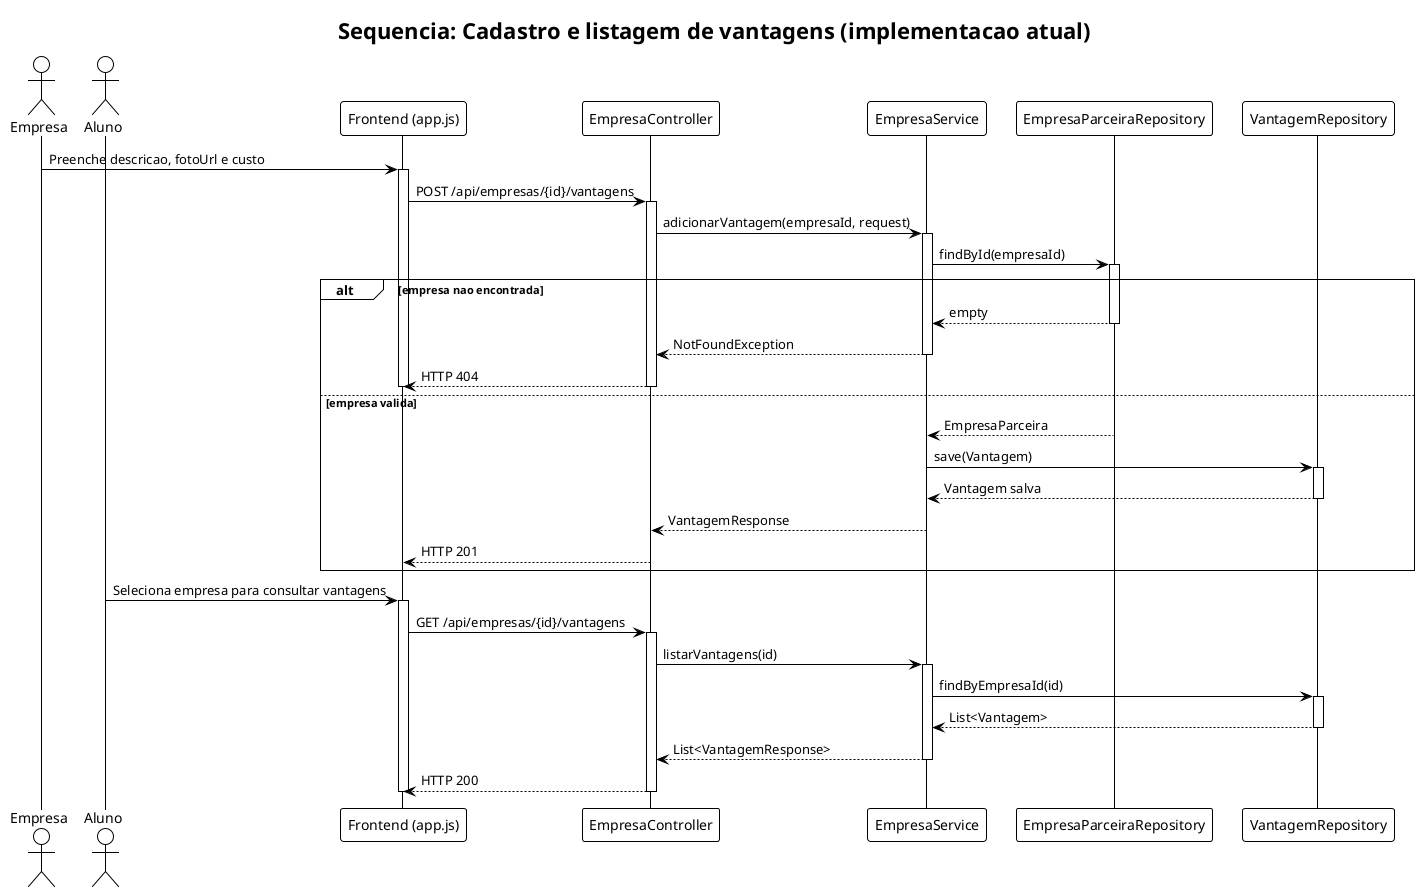
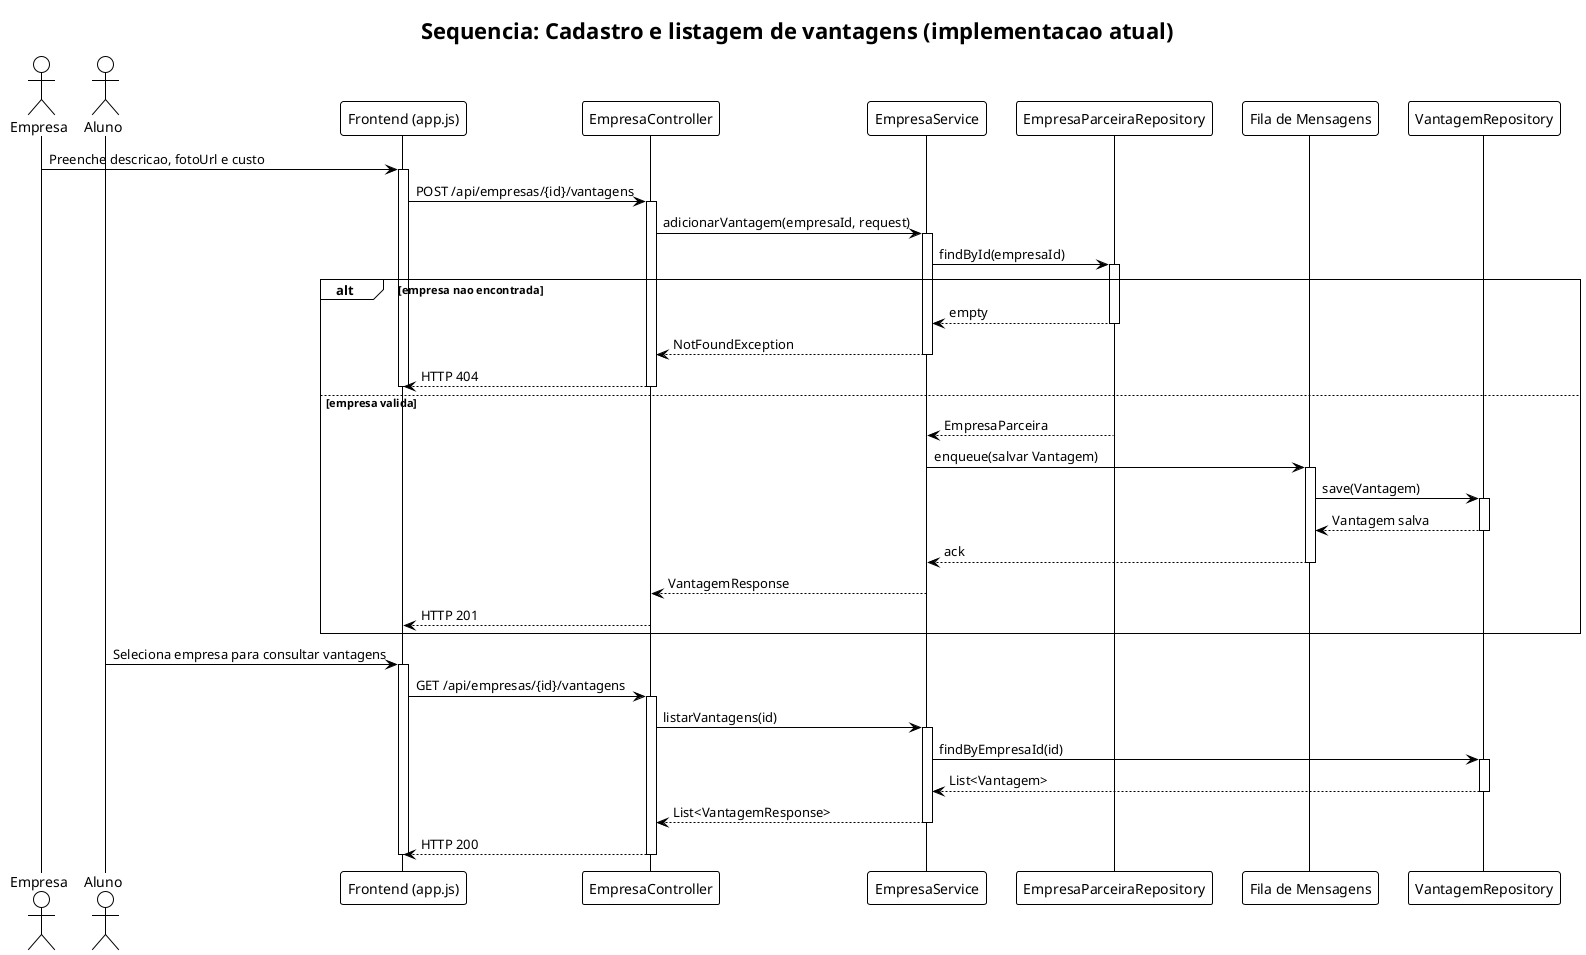
@startuml sequencia-cadastro-vantagens
!theme plain
title Sequencia: Cadastro e listagem de vantagens (implementacao atual)

actor Empresa
actor Aluno
participant "Frontend (app.js)" as UI
participant "EmpresaController" as EC
participant "EmpresaService" as ES
participant "EmpresaParceiraRepository" as ER
+ participant "Fila de Mensagens" as MQ
participant "VantagemRepository" as VR

Empresa -> UI: Preenche descricao, fotoUrl e custo
activate UI

UI -> EC: POST /api/empresas/{id}/vantagens
activate EC

EC -> ES: adicionarVantagem(empresaId, request)
activate ES

ES -> ER: findById(empresaId)
activate ER

alt empresa nao encontrada
  ER --> ES: empty
  deactivate ER
  ES --> EC: NotFoundException
  deactivate ES
  EC --> UI: HTTP 404
  deactivate EC
  deactivate UI
else empresa valida
  ER --> ES: EmpresaParceira
  deactivate ER
-   ES -> VR: save(Vantagem)
+   ES -> MQ: enqueue(salvar Vantagem)
+   activate MQ
+   MQ -> VR: save(Vantagem)
  activate VR
-   VR --> ES: Vantagem salva
+   VR --> MQ: Vantagem salva
  deactivate VR
+   MQ --> ES: ack
+   deactivate MQ
  ES --> EC: VantagemResponse
  deactivate ES
  EC --> UI: HTTP 201
  deactivate EC
  deactivate UI
end

Aluno -> UI: Seleciona empresa para consultar vantagens
activate UI

UI -> EC: GET /api/empresas/{id}/vantagens
activate EC

EC -> ES: listarVantagens(id)
activate ES

ES -> VR: findByEmpresaId(id)
activate VR
VR --> ES: List<Vantagem>
deactivate VR

ES --> EC: List<VantagemResponse>
deactivate ES

EC --> UI: HTTP 200
deactivate EC
deactivate UI

@enduml
